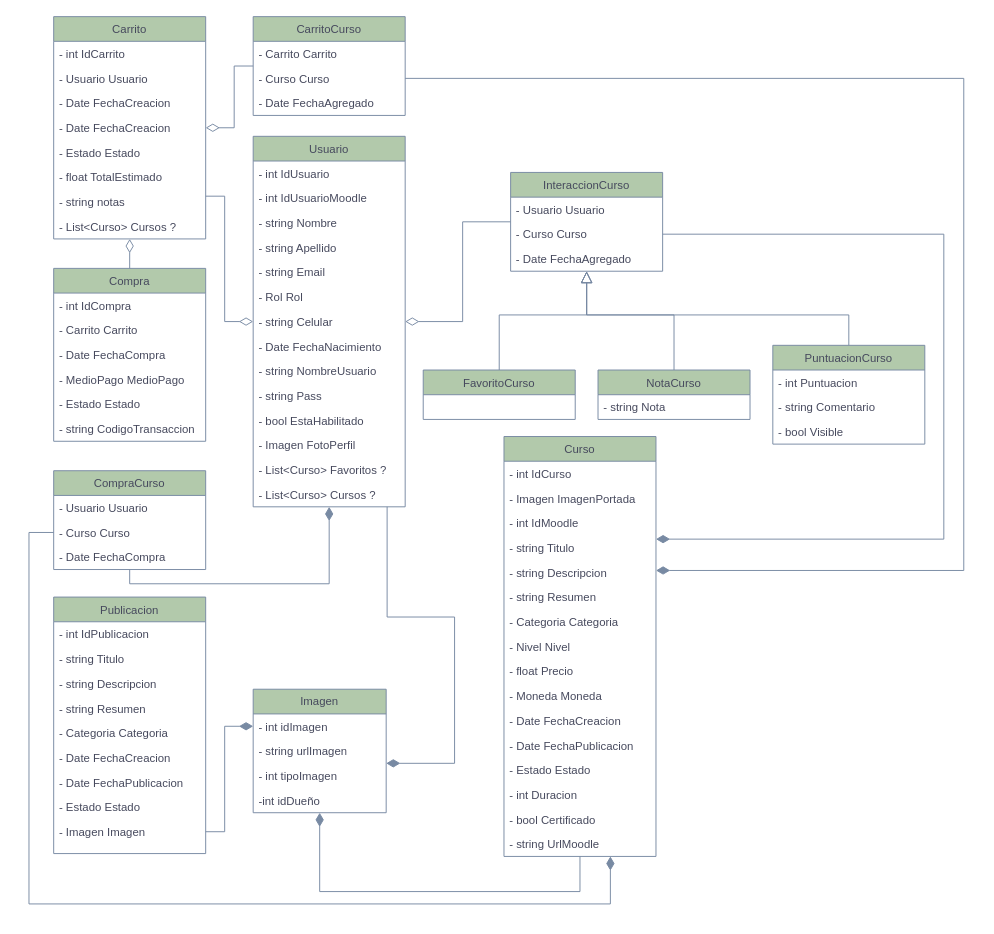
Before: UML/UML.drawio in GDieser/tpc-equipo-12A, a draw.io diagram. Source tidied: cells renumbered, new cells numbered last; positions are measured from the earlier drawing's top-left corner, leaving out a move shared by most shapes. Both pictures are drawn from the tidied source at 95%, with x=0, y=0 at pixel (28, 16).
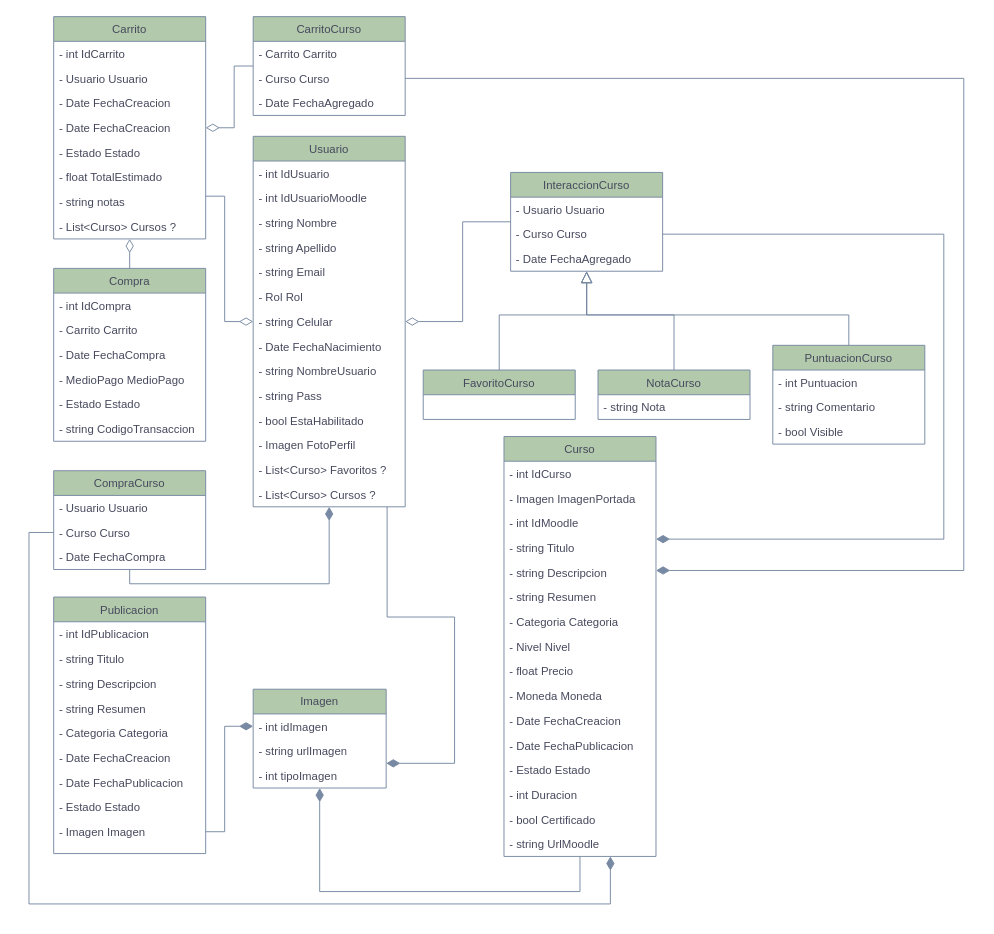
Above is the later version.

The edit, as a diff of the source:
```diff
@@
     <mxCell id="64" value="Imagen" style="swimlane;fontStyle=0;horizontal=1;startSize=26;fillColor=#B2C9AB;whiteSpace=wrap;html=1;labelBackgroundColor=none;strokeColor=#788AA3;fontColor=#46495D;" parent="1" vertex="1">
-      <mxGeometry x="236" y="708" width="140" height="130" as="geometry" />
+      <mxGeometry x="236" y="708" width="140" height="104" as="geometry" />
     </mxCell>
@@
-    <mxCell id="68" value="-int idDueño" style="text;strokeColor=none;fillColor=none;align=left;verticalAlign=top;spacingLeft=4;spacingRight=4;overflow=hidden;whiteSpace=wrap;html=1;labelBackgroundColor=none;fontColor=#46495D;" parent="64" vertex="1">
-      <mxGeometry y="104" width="140" height="26" as="geometry" />
-    </mxCell>
```
